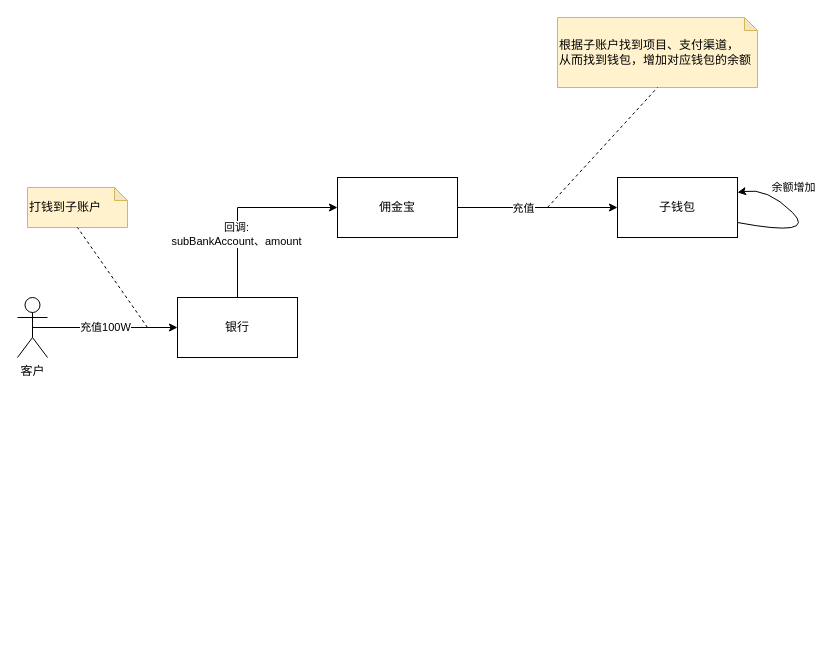
Above: 分包项目钱包设计.drawio in kuangziyang/shop-design (draw.io), before the change. Source tidied: cells renumbered, new cells numbered last; positions are measured from the earlier drawing's top-left corner, leaving out a move shared by most shapes. Both pictures are drawn from the tidied source at 100%, with x=0, y=0 at pixel (17, 17).
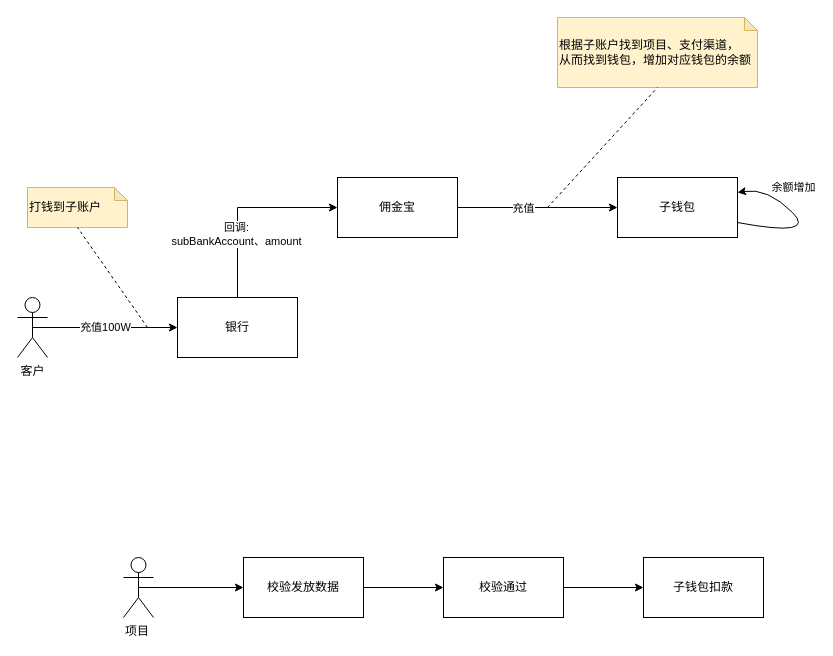
After the change.

Commit message (it also covers changes not shown here):
Update 分包项目钱包设计.drawio

What changed in the source:
```diff
@@
+    <mxCell id="16" style="edgeStyle=orthogonalEdgeStyle;rounded=0;jettySize=auto;html=1;exitX=0.5;exitY=0.5;exitDx=0;exitDy=0;exitPerimeter=0;entryX=0;entryY=0.5;entryDx=0;entryDy=0;fontColor=none;" parent="1" edge="1" source="17" target="19">
+      <mxGeometry relative="1" as="geometry" />
+    </mxCell>
+    <mxCell id="17" value="项目" style="shape=umlActor;verticalLabelPosition=bottom;verticalAlign=top;html=1;outlineConnect=0;labelBackgroundColor=#ffffff;fontColor=none;align=left;" parent="1" vertex="1">
+      <mxGeometry x="106" y="540" width="30" height="60" as="geometry" />
+    </mxCell>
+    <mxCell id="18" style="edgeStyle=orthogonalEdgeStyle;rounded=0;jettySize=auto;html=1;fontColor=none;" parent="1" edge="1" source="19" target="21">
+      <mxGeometry relative="1" as="geometry" />
+    </mxCell>
+    <mxCell id="19" value="校验发放数据" style="rounded=0;whiteSpace=wrap;html=1;" parent="1" vertex="1">
+      <mxGeometry x="226" y="540" width="120" height="60" as="geometry" />
+    </mxCell>
+    <mxCell id="20" style="edgeStyle=orthogonalEdgeStyle;rounded=0;jettySize=auto;html=1;fontColor=none;" parent="1" edge="1" source="21" target="22">
+      <mxGeometry relative="1" as="geometry" />
+    </mxCell>
+    <mxCell id="21" value="校验通过" style="whiteSpace=wrap;html=1;rounded=0;" parent="1" vertex="1">
+      <mxGeometry x="426" y="540" width="120" height="60" as="geometry" />
+    </mxCell>
+    <mxCell id="22" value="子钱包扣款" style="whiteSpace=wrap;html=1;rounded=0;" parent="1" vertex="1">
+      <mxGeometry x="626" y="540" width="120" height="60" as="geometry" />
+    </mxCell>
```
